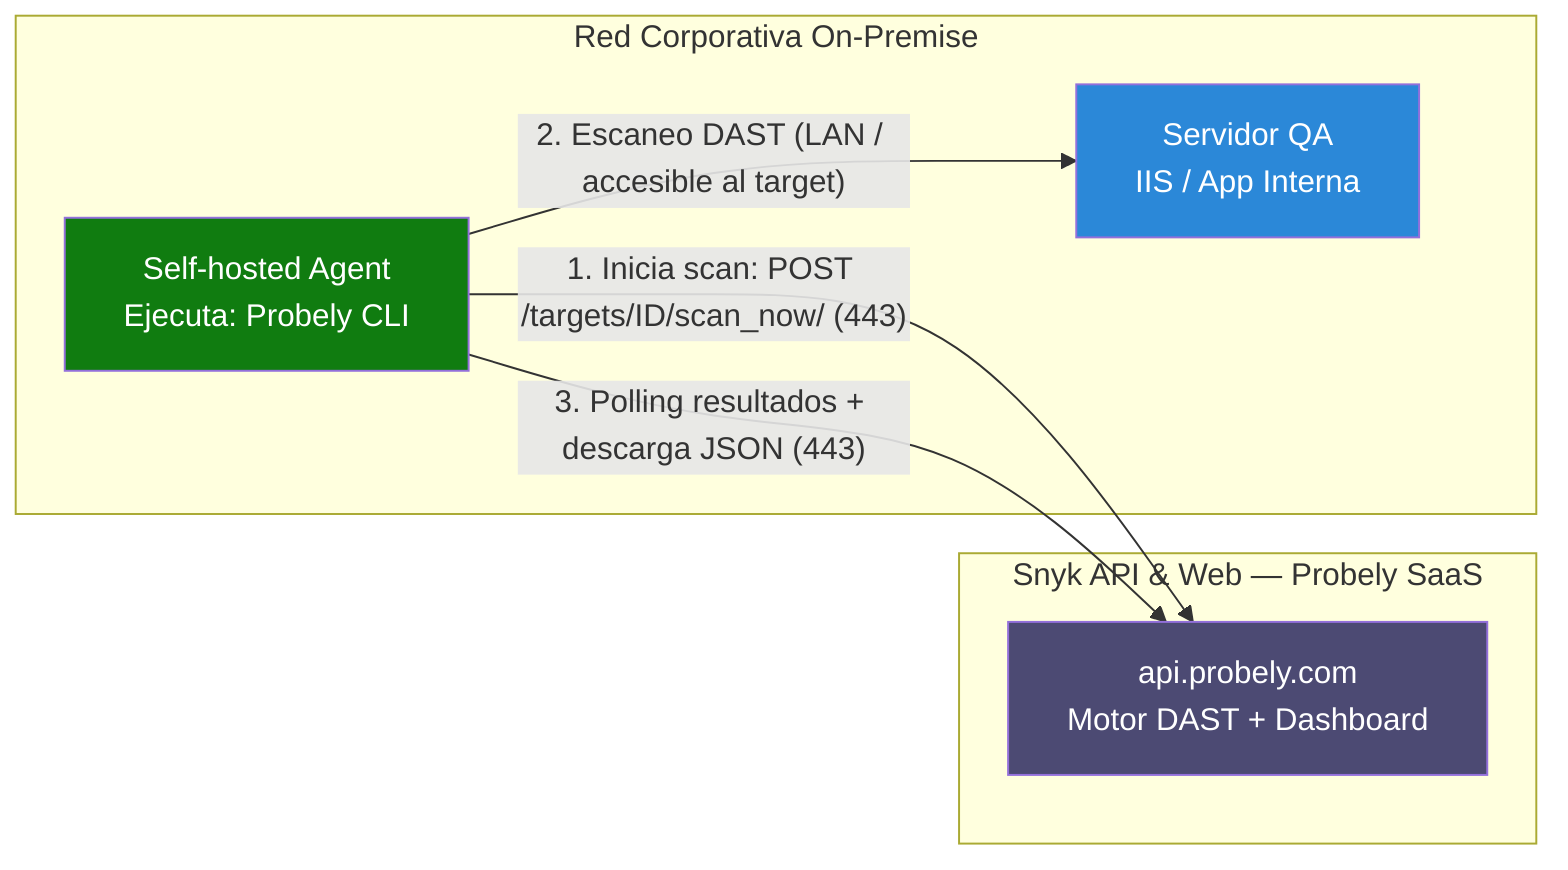
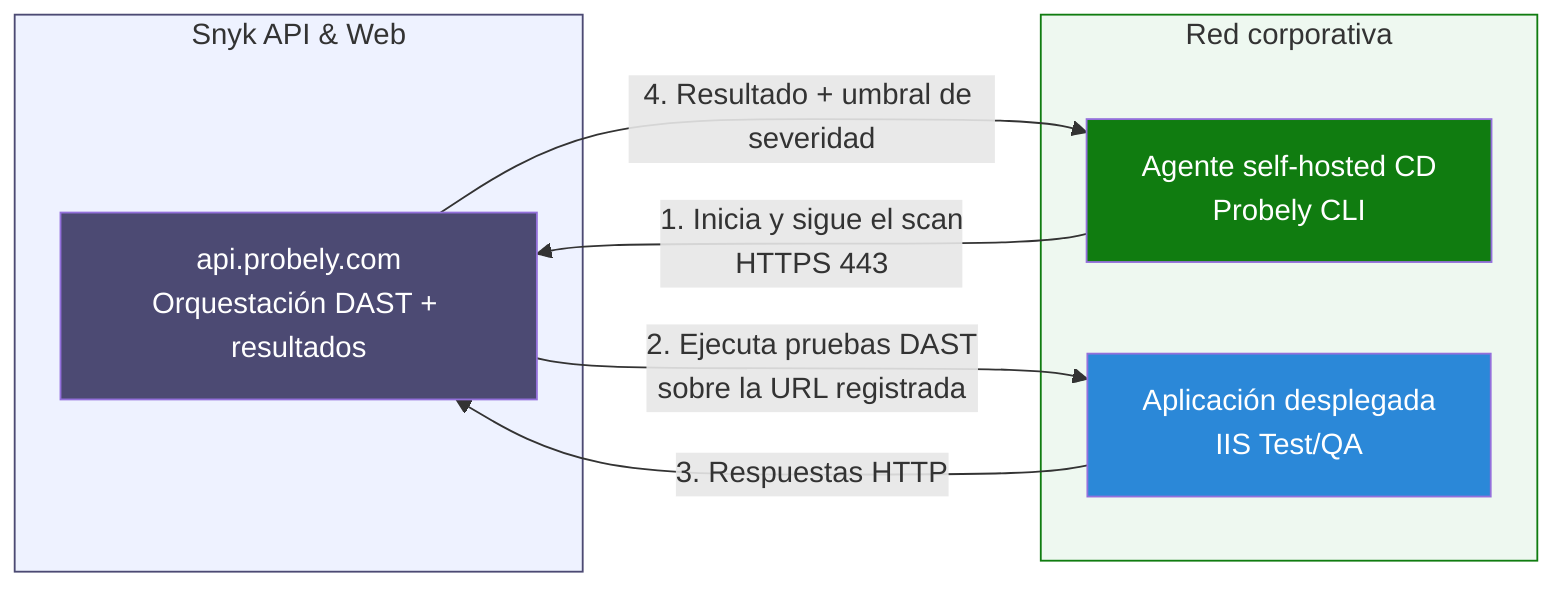
graph LR
-     subgraph "Snyk API & Web — Probely SaaS"
-         SaaS["api.probely.com<br/>Motor DAST + Dashboard"]
+     subgraph SNYK["Snyk API & Web"]
+         API["api.probely.com<br/>Orquestación DAST + resultados"]
    end

-     subgraph "Red Corporativa On-Premise"
-         Agent["Self-hosted Agent<br/>Ejecuta: Probely CLI"]
-         QA["Servidor QA<br/>IIS / App Interna"]
- 
-         Agent -- "2. Escaneo DAST (LAN / accesible al target)" --> QA
+     subgraph ONPREM["Red corporativa"]
+         AGENT["Agente self-hosted CD<br/>Probely CLI"]
+         APP["Aplicación desplegada<br/>IIS Test/QA"]
    end

-     %% Conexiones Outbound
-     Agent -- "1. Inicia scan: POST /targets/ID/scan_now/ (443)" --> SaaS
-     Agent -- "3. Polling resultados + descarga JSON (443)" --> SaaS
+     AGENT -->|"1. Inicia y sigue el scan<br/>HTTPS 443"| API
+     API -->|"2. Ejecuta pruebas DAST<br/>sobre la URL registrada"| APP
+     APP -->|"3. Respuestas HTTP"| API
+     API -->|"4. Resultado + umbral de severidad"| AGENT

-     style SaaS fill:#4c4a73,color:#fff
-     style Agent fill:#107c10,color:#fff
-     style QA fill:#2b88d8,color:#fff+     style SNYK fill:#eef2ff,stroke:#4c4a73
+     style ONPREM fill:#eef8f0,stroke:#107c10
+     style API fill:#4c4a73,color:#fff
+     style AGENT fill:#107c10,color:#fff
+     style APP fill:#2b88d8,color:#fff
